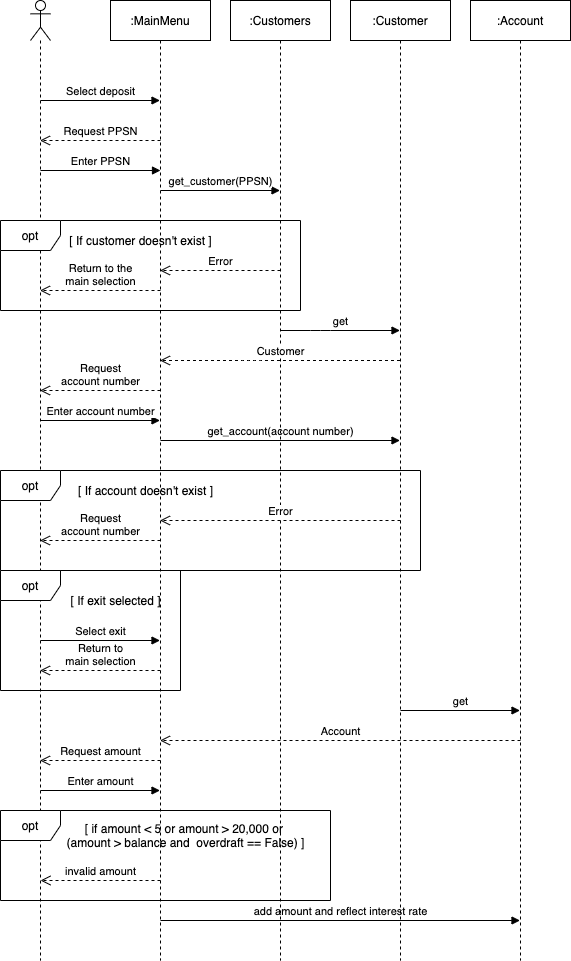
The draw.io diagram sd_withdraw.drawio.png in miyazakimaiko/Banking-Account-Management-System, before a commit. Source tidied: cells renumbered, new cells last; positions are measured from the earlier drawing's top-left corner, leaving out a move shared by most shapes. Source of this version:
```xml
<mxGraphModel>
  <root>
    <mxCell id="0" />
    <mxCell id="1" parent="0" />
    <mxCell id="2" style="shape=umlLifeline;participant=umlActor;perimeter=lifelinePerimeter;whiteSpace=wrap;html=1;verticalAlign=top;spacingTop=36;outlineConnect=0;" parent="1" vertex="1">
      <mxGeometry x="30" width="20" height="960" as="geometry" />
    </mxCell>
    <mxCell id="3" value="Select deposit" style="html=1;verticalAlign=bottom;endArrow=block;" parent="2" edge="1" target="8">
      <mxGeometry relative="1" as="geometry">
        <mxPoint x="10" y="100" as="sourcePoint" />
      </mxGeometry>
    </mxCell>
    <mxCell id="4" value="Enter PPSN" style="html=1;verticalAlign=bottom;endArrow=block;" parent="2" edge="1">
      <mxGeometry relative="1" as="geometry">
        <mxPoint x="10" y="170" as="sourcePoint" />
        <mxPoint x="130" y="170" as="targetPoint" />
      </mxGeometry>
    </mxCell>
    <mxCell id="5" value="Enter account number" style="html=1;verticalAlign=bottom;endArrow=block;" parent="2" edge="1" target="8">
      <mxGeometry relative="1" as="geometry">
        <mxPoint x="10" y="420" as="sourcePoint" />
      </mxGeometry>
    </mxCell>
    <mxCell id="6" value="Select exit" style="html=1;verticalAlign=bottom;endArrow=block;" parent="2" edge="1" target="8">
      <mxGeometry relative="1" as="geometry">
        <mxPoint x="10" y="640" as="sourcePoint" />
      </mxGeometry>
    </mxCell>
    <mxCell id="7" value="Enter amount" style="html=1;verticalAlign=bottom;endArrow=block;" parent="2" edge="1" target="8">
      <mxGeometry relative="1" as="geometry">
        <mxPoint x="10" y="790" as="sourcePoint" />
      </mxGeometry>
    </mxCell>
    <mxCell id="8" value=":MainMenu" style="shape=umlLifeline;perimeter=lifelinePerimeter;whiteSpace=wrap;html=1;outlineConnect=0;" parent="1" vertex="1">
      <mxGeometry x="110" width="100" height="960" as="geometry" />
    </mxCell>
    <mxCell id="9" value="get_customer(PPSN)" style="html=1;verticalAlign=bottom;endArrow=block;" parent="8" edge="1" target="13">
      <mxGeometry relative="1" as="geometry">
        <mxPoint x="50" y="190" as="sourcePoint" />
      </mxGeometry>
    </mxCell>
    <mxCell id="10" value="Error" style="html=1;verticalAlign=bottom;endArrow=open;dashed=1;endSize=8;" parent="8" edge="1" target="8">
      <mxGeometry relative="1" as="geometry">
        <mxPoint x="170" y="270" as="sourcePoint" />
      </mxGeometry>
    </mxCell>
    <mxCell id="11" value="get_account(account number)" style="html=1;verticalAlign=bottom;endArrow=block;" parent="8" edge="1" target="15">
      <mxGeometry relative="1" as="geometry">
        <mxPoint x="50" y="440" as="sourcePoint" />
      </mxGeometry>
    </mxCell>
    <mxCell id="12" value="add amount and reflect interest rate" style="html=1;verticalAlign=bottom;endArrow=block;" parent="8" edge="1" target="18">
      <mxGeometry relative="1" as="geometry">
        <mxPoint x="50" y="920" as="sourcePoint" />
      </mxGeometry>
    </mxCell>
    <mxCell id="13" value=":Customers" style="shape=umlLifeline;perimeter=lifelinePerimeter;whiteSpace=wrap;html=1;outlineConnect=0;" parent="1" vertex="1">
      <mxGeometry x="230" width="100" height="960" as="geometry" />
    </mxCell>
    <mxCell id="14" value="Error" style="html=1;verticalAlign=bottom;endArrow=open;dashed=1;endSize=8;" parent="13" edge="1" target="8">
      <mxGeometry relative="1" as="geometry">
        <mxPoint x="170" y="520" as="sourcePoint" />
      </mxGeometry>
    </mxCell>
    <mxCell id="15" value=":Customer" style="shape=umlLifeline;perimeter=lifelinePerimeter;whiteSpace=wrap;html=1;outlineConnect=0;" parent="1" vertex="1">
      <mxGeometry x="350" width="100" height="960" as="geometry" />
    </mxCell>
    <mxCell id="16" value="get" style="html=1;verticalAlign=bottom;endArrow=block;" parent="15" edge="1" target="18">
      <mxGeometry relative="1" as="geometry">
        <mxPoint x="50" y="710" as="sourcePoint" />
      </mxGeometry>
    </mxCell>
    <mxCell id="17" value="Account" style="html=1;verticalAlign=bottom;endArrow=open;dashed=1;endSize=8;" parent="15" edge="1" target="8">
      <mxGeometry relative="1" as="geometry">
        <mxPoint x="170" y="740" as="sourcePoint" />
      </mxGeometry>
    </mxCell>
    <mxCell id="18" value=":Account" style="shape=umlLifeline;perimeter=lifelinePerimeter;whiteSpace=wrap;html=1;outlineConnect=0;" parent="1" vertex="1">
      <mxGeometry x="470" width="100" height="960" as="geometry" />
    </mxCell>
    <mxCell id="19" value="Request PPSN" style="html=1;verticalAlign=bottom;endArrow=open;dashed=1;endSize=8;" parent="1" edge="1" target="2">
      <mxGeometry relative="1" as="geometry">
        <mxPoint x="160" y="140" as="sourcePoint" />
      </mxGeometry>
    </mxCell>
    <mxCell id="20" value="[ If customer doesn't exist ]" style="text;html=1;align=center;verticalAlign=middle;strokeColor=none;" parent="1" vertex="1">
      <mxGeometry x="60" y="230" width="160" height="20" as="geometry" />
    </mxCell>
    <mxCell id="21" value="opt" style="shape=umlFrame;whiteSpace=wrap;html=1;" parent="1" vertex="1">
      <mxGeometry y="220" width="300" height="90" as="geometry" />
    </mxCell>
    <mxCell id="22" value="Return to the&lt;br&gt;main selection" style="html=1;verticalAlign=bottom;endArrow=open;dashed=1;endSize=8;" parent="1" edge="1" target="2">
      <mxGeometry relative="1" as="geometry">
        <mxPoint x="160" y="290" as="sourcePoint" />
      </mxGeometry>
    </mxCell>
    <mxCell id="23" value="Request&lt;br&gt;account number" style="html=1;verticalAlign=bottom;endArrow=open;dashed=1;endSize=8;" parent="1" edge="1" target="2">
      <mxGeometry relative="1" as="geometry">
        <mxPoint x="160" y="390" as="sourcePoint" />
      </mxGeometry>
    </mxCell>
    <mxCell id="24" value="get" style="html=1;verticalAlign=bottom;endArrow=block;" parent="1" edge="1" source="13" target="15">
      <mxGeometry relative="1" as="geometry">
        <Array as="points">
          <mxPoint x="320" y="330" />
        </Array>
      </mxGeometry>
    </mxCell>
    <mxCell id="25" value="Customer" style="html=1;verticalAlign=bottom;endArrow=open;dashed=1;endSize=8;" parent="1" edge="1" source="15" target="8">
      <mxGeometry relative="1" as="geometry">
        <Array as="points">
          <mxPoint x="250" y="360" />
        </Array>
      </mxGeometry>
    </mxCell>
    <mxCell id="26" value="[ If account doesn't exist ]" style="text;html=1;align=center;verticalAlign=middle;strokeColor=none;" parent="1" vertex="1">
      <mxGeometry x="70" y="480" width="150" height="20" as="geometry" />
    </mxCell>
    <mxCell id="27" value="Request&lt;br&gt;account number" style="html=1;verticalAlign=bottom;endArrow=open;dashed=1;endSize=8;" parent="1" edge="1" target="2">
      <mxGeometry relative="1" as="geometry">
        <mxPoint x="160" y="540" as="sourcePoint" />
      </mxGeometry>
    </mxCell>
    <mxCell id="28" value="opt" style="shape=umlFrame;whiteSpace=wrap;html=1;" parent="1" vertex="1">
      <mxGeometry y="470" width="420" height="100" as="geometry" />
    </mxCell>
    <mxCell id="29" value="[ If exit selected ]" style="text;html=1;align=center;verticalAlign=middle;strokeColor=none;" parent="1" vertex="1">
      <mxGeometry x="60" y="590" width="110" height="20" as="geometry" />
    </mxCell>
    <mxCell id="30" value="Return to&lt;br&gt;main selection" style="html=1;verticalAlign=bottom;endArrow=open;dashed=1;endSize=8;" parent="1" edge="1" target="2">
      <mxGeometry relative="1" as="geometry">
        <mxPoint x="160" y="670" as="sourcePoint" />
      </mxGeometry>
    </mxCell>
    <mxCell id="31" value="opt" style="shape=umlFrame;whiteSpace=wrap;html=1;" parent="1" vertex="1">
      <mxGeometry y="570" width="180" height="120" as="geometry" />
    </mxCell>
    <mxCell id="32" value="Request amount" style="html=1;verticalAlign=bottom;endArrow=open;dashed=1;endSize=8;" parent="1" edge="1" target="2">
      <mxGeometry relative="1" as="geometry">
        <mxPoint x="160" y="760" as="sourcePoint" />
      </mxGeometry>
    </mxCell>
    <mxCell id="33" value="[ if amount &amp;lt; 5 or amount &amp;gt; 20,000 or &lt;br&gt;(amount &amp;gt; balance and&amp;nbsp; overdraft == False) ]" style="text;html=1;align=center;verticalAlign=middle;strokeColor=none;" parent="1" vertex="1">
      <mxGeometry x="60" y="820" width="250" height="30" as="geometry" />
    </mxCell>
    <mxCell id="34" value="invalid amount" style="html=1;verticalAlign=bottom;endArrow=open;dashed=1;endSize=8;" parent="1" edge="1">
      <mxGeometry relative="1" as="geometry">
        <mxPoint x="160" y="880" as="sourcePoint" />
        <mxPoint x="40" y="880" as="targetPoint" />
      </mxGeometry>
    </mxCell>
    <mxCell id="35" value="opt" style="shape=umlFrame;whiteSpace=wrap;html=1;" parent="1" vertex="1">
      <mxGeometry y="810" width="330" height="90" as="geometry" />
    </mxCell>
  </root>
</mxGraphModel>
```
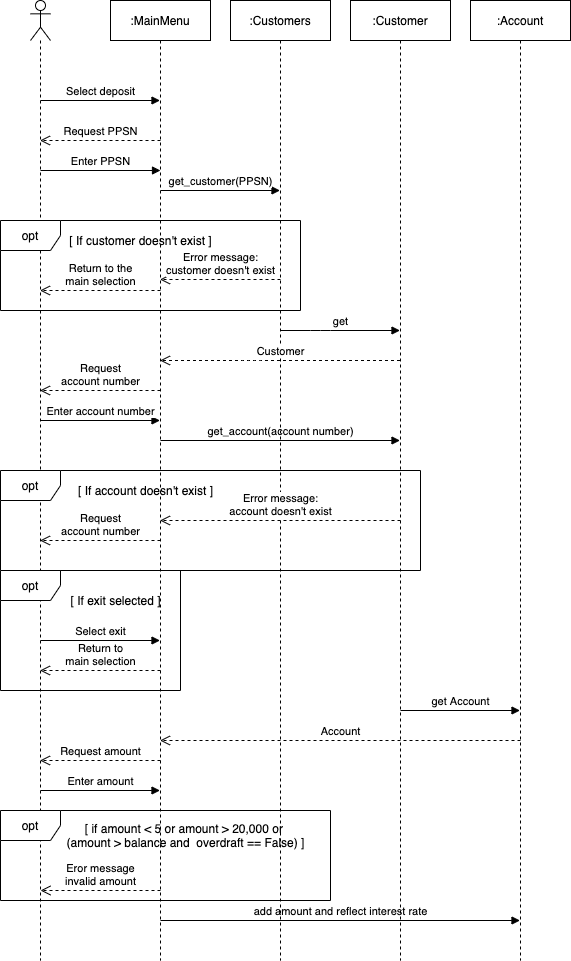
Later version of the same file.

Commit message:
Included error message

What changed in the source:
```diff
@@ -39,9 +39,10 @@
         <mxPoint x="50" y="190" as="sourcePoint" />
       </mxGeometry>
     </mxCell>
-    <mxCell id="10" value="Error" style="html=1;verticalAlign=bottom;endArrow=open;dashed=1;endSize=8;" parent="8" edge="1" target="8">
+    <mxCell id="10" value="Error message:&lt;br&gt;customer doesn't exist" style="html=1;verticalAlign=bottom;endArrow=open;dashed=1;endSize=8;" parent="8" edge="1">
       <mxGeometry relative="1" as="geometry">
-        <mxPoint x="170" y="270" as="sourcePoint" />
+        <mxPoint x="170" y="279" as="sourcePoint" />
+        <mxPoint x="49.5" y="279" as="targetPoint" />
       </mxGeometry>
     </mxCell>
     <mxCell id="11" value="get_account(account number)" style="html=1;verticalAlign=bottom;endArrow=block;" parent="8" edge="1" target="15">
@@ -57,7 +58,7 @@
     <mxCell id="13" value=":Customers" style="shape=umlLifeline;perimeter=lifelinePerimeter;whiteSpace=wrap;html=1;outlineConnect=0;" parent="1" vertex="1">
       <mxGeometry x="230" width="100" height="960" as="geometry" />
     </mxCell>
-    <mxCell id="14" value="Error" style="html=1;verticalAlign=bottom;endArrow=open;dashed=1;endSize=8;" parent="13" edge="1" target="8">
+    <mxCell id="14" value="Error message:&lt;br&gt;account doesn't exist" style="html=1;verticalAlign=bottom;endArrow=open;dashed=1;endSize=8;" parent="13" edge="1" target="8">
       <mxGeometry relative="1" as="geometry">
         <mxPoint x="170" y="520" as="sourcePoint" />
       </mxGeometry>
@@ -65,7 +66,7 @@
     <mxCell id="15" value=":Customer" style="shape=umlLifeline;perimeter=lifelinePerimeter;whiteSpace=wrap;html=1;outlineConnect=0;" parent="1" vertex="1">
       <mxGeometry x="350" width="100" height="960" as="geometry" />
     </mxCell>
-    <mxCell id="16" value="get" style="html=1;verticalAlign=bottom;endArrow=block;" parent="15" edge="1" target="18">
+    <mxCell id="16" value="get Account" style="html=1;verticalAlign=bottom;endArrow=block;" parent="15" edge="1" target="18">
       <mxGeometry relative="1" as="geometry">
         <mxPoint x="50" y="710" as="sourcePoint" />
       </mxGeometry>
@@ -143,10 +144,10 @@
     <mxCell id="33" value="[ if amount &amp;lt; 5 or amount &amp;gt; 20,000 or &lt;br&gt;(amount &amp;gt; balance and&amp;nbsp; overdraft == False) ]" style="text;html=1;align=center;verticalAlign=middle;strokeColor=none;" parent="1" vertex="1">
       <mxGeometry x="60" y="820" width="250" height="30" as="geometry" />
     </mxCell>
-    <mxCell id="34" value="invalid amount" style="html=1;verticalAlign=bottom;endArrow=open;dashed=1;endSize=8;" parent="1" edge="1">
+    <mxCell id="34" value="Eror message&lt;br&gt;invalid amount" style="html=1;verticalAlign=bottom;endArrow=open;dashed=1;endSize=8;" parent="1" edge="1">
       <mxGeometry relative="1" as="geometry">
-        <mxPoint x="160" y="880" as="sourcePoint" />
-        <mxPoint x="40" y="880" as="targetPoint" />
+        <mxPoint x="160" y="890" as="sourcePoint" />
+        <mxPoint x="40" y="890" as="targetPoint" />
       </mxGeometry>
     </mxCell>
     <mxCell id="35" value="opt" style="shape=umlFrame;whiteSpace=wrap;html=1;" parent="1" vertex="1">
```
